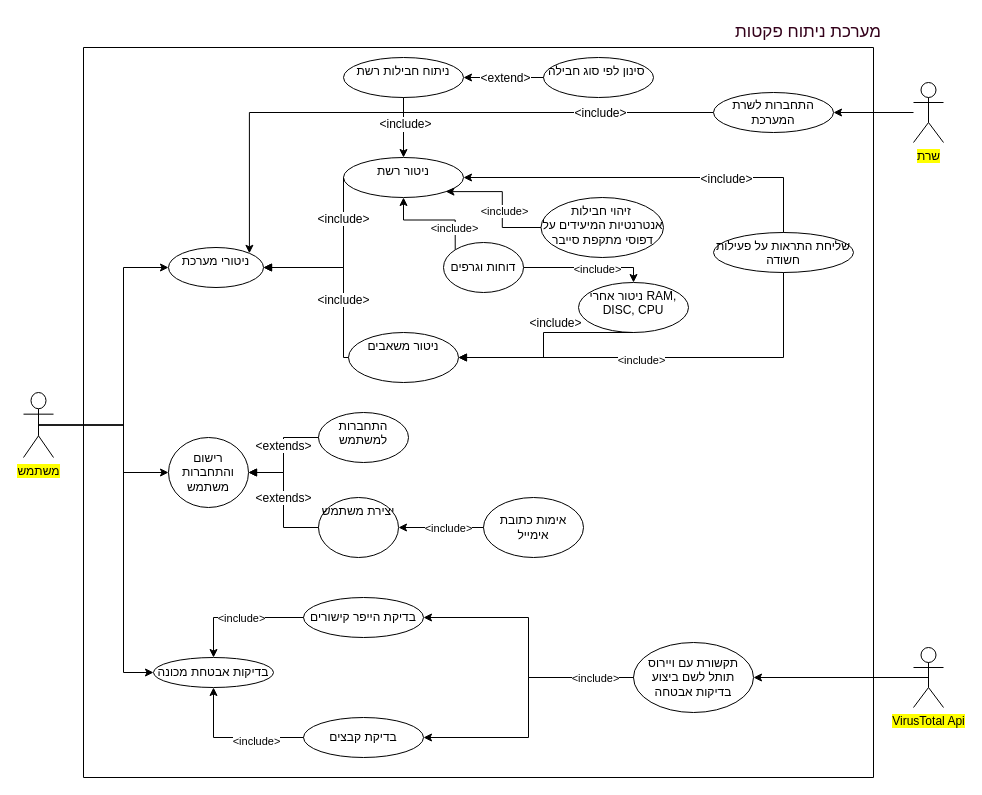
EyasSh/WiresharkClone keeps this draw.io diagram as הפרוייקט/use case1 Diagram.drawio. Above is the earlier version. Source tidied: cells renumbered, new cells numbered last; positions are measured from the earlier drawing's top-left corner, leaving out a move shared by most shapes. Both pictures are drawn from the tidied source at 100%, with x=0, y=0 at pixel (23, 17).
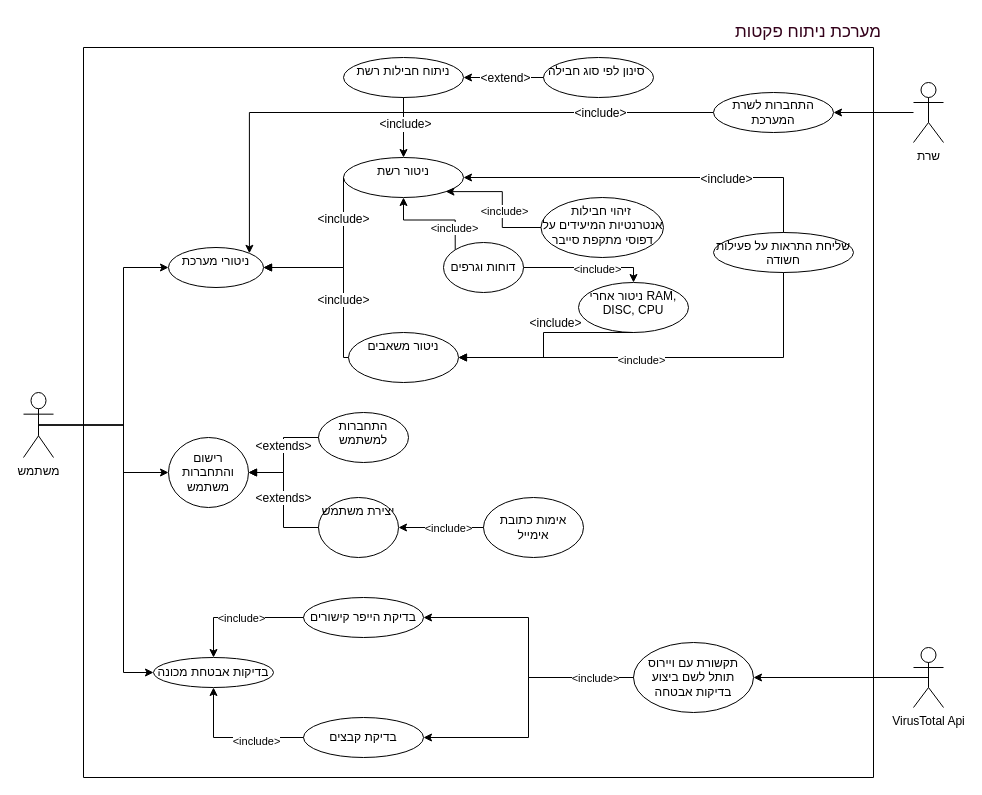
Above is the later version.

What changed in the source:
```diff
@@
-    <mxCell id="13" value="&lt;span style=&quot;background-color: rgb(255, 255, 0);&quot;&gt;משתמש&lt;/span&gt;" style="shape=umlActor;verticalLabelPosition=bottom;verticalAlign=top;outlineConnect=0;html=1;gradientColor=none;" parent="1" vertex="1">
+    <mxCell id="13" value="&lt;span&gt;משתמש&lt;/span&gt;" style="shape=umlActor;verticalLabelPosition=bottom;verticalAlign=top;outlineConnect=0;html=1;gradientColor=none;" parent="1" vertex="1">
       <mxGeometry y="375" width="30" height="65" as="geometry" />
     </mxCell>
@@
-    <mxCell id="20" value="&lt;span style=&quot;background-color: rgb(255, 255, 0);&quot;&gt;שרת&lt;/span&gt;" style="shape=umlActor;verticalLabelPosition=bottom;verticalAlign=top;html=1;outlineConnect=0;strokeColor=default;align=center;fontFamily=Helvetica;fontSize=12;fontColor=default;fillColor=default;" parent="1" vertex="1">
+    <mxCell id="20" value="&lt;span&gt;שרת&lt;/span&gt;" style="shape=umlActor;verticalLabelPosition=bottom;verticalAlign=top;html=1;outlineConnect=0;strokeColor=default;align=center;fontFamily=Helvetica;fontSize=12;fontColor=default;fillColor=default;" parent="1" vertex="1">
       <mxGeometry x="890" y="65" width="30" height="60" as="geometry" />
     </mxCell>
@@
-    <mxCell id="29" value="&lt;span style=&quot;background-color: rgb(255, 255, 0);&quot;&gt;VirusTotal Api&lt;/span&gt;" style="shape=umlActor;verticalLabelPosition=bottom;verticalAlign=top;html=1;outlineConnect=0;strokeColor=default;align=center;fontFamily=Helvetica;fontSize=12;fontColor=default;fillColor=default;" parent="1" vertex="1">
+    <mxCell id="29" value="&lt;span&gt;VirusTotal Api&lt;/span&gt;" style="shape=umlActor;verticalLabelPosition=bottom;verticalAlign=top;html=1;outlineConnect=0;strokeColor=default;align=center;fontFamily=Helvetica;fontSize=12;fontColor=default;fillColor=default;" parent="1" vertex="1">
       <mxGeometry x="890" y="630" width="30" height="60" as="geometry" />
     </mxCell>
```
